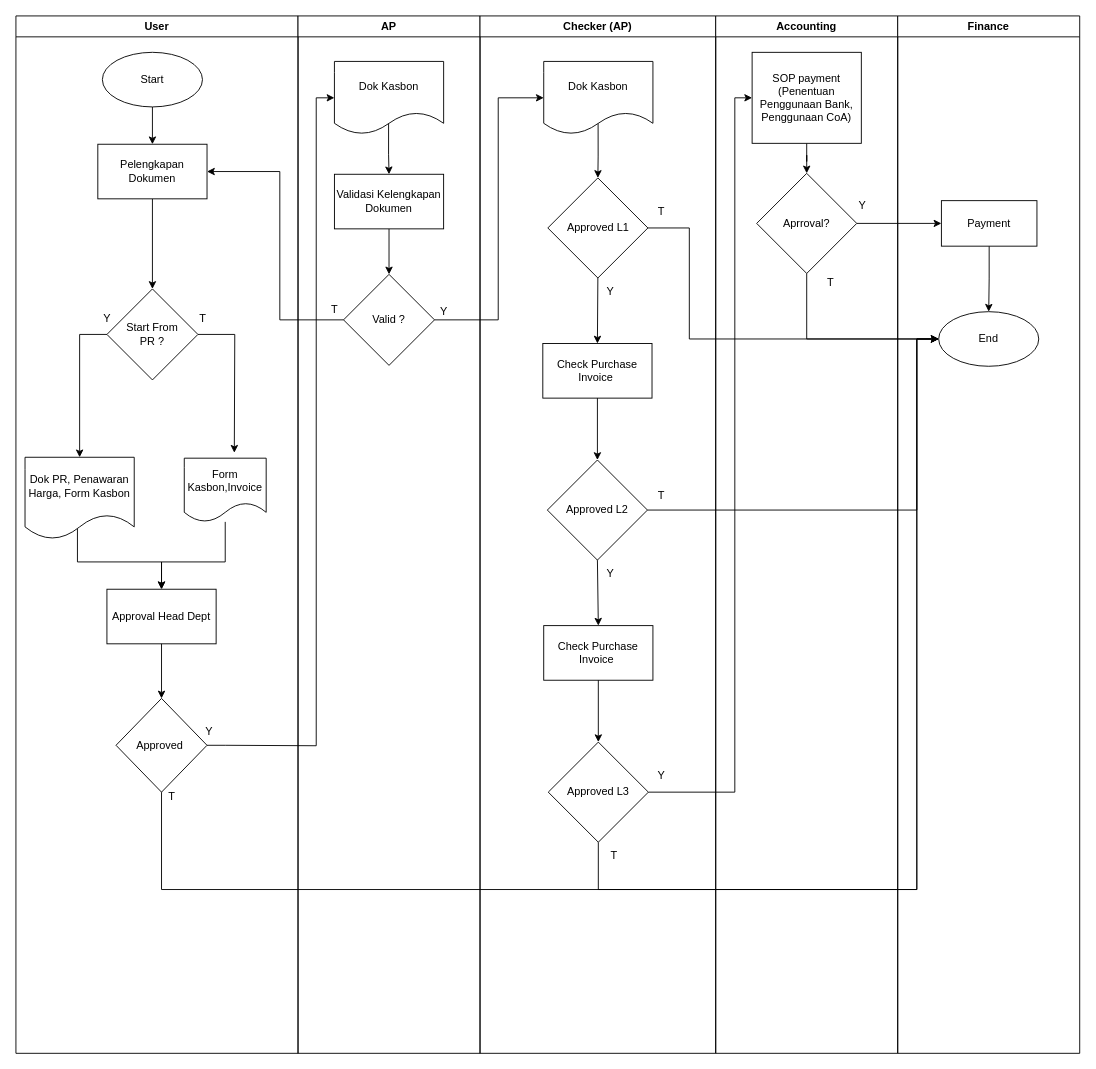
This is page "Copy of SOP AP - Kasbon" (47 of 49) of SOP Aneka.drawio from wilhelmus098/pf, a draw.io file, before an edit. Source tidied: cells renumbered, new cells numbered last; positions are measured from the earlier drawing's top-left corner, leaving out a move shared by most shapes. Both pictures are drawn from the tidied source at 91%, with x=0, y=0 at pixel (15, 15).
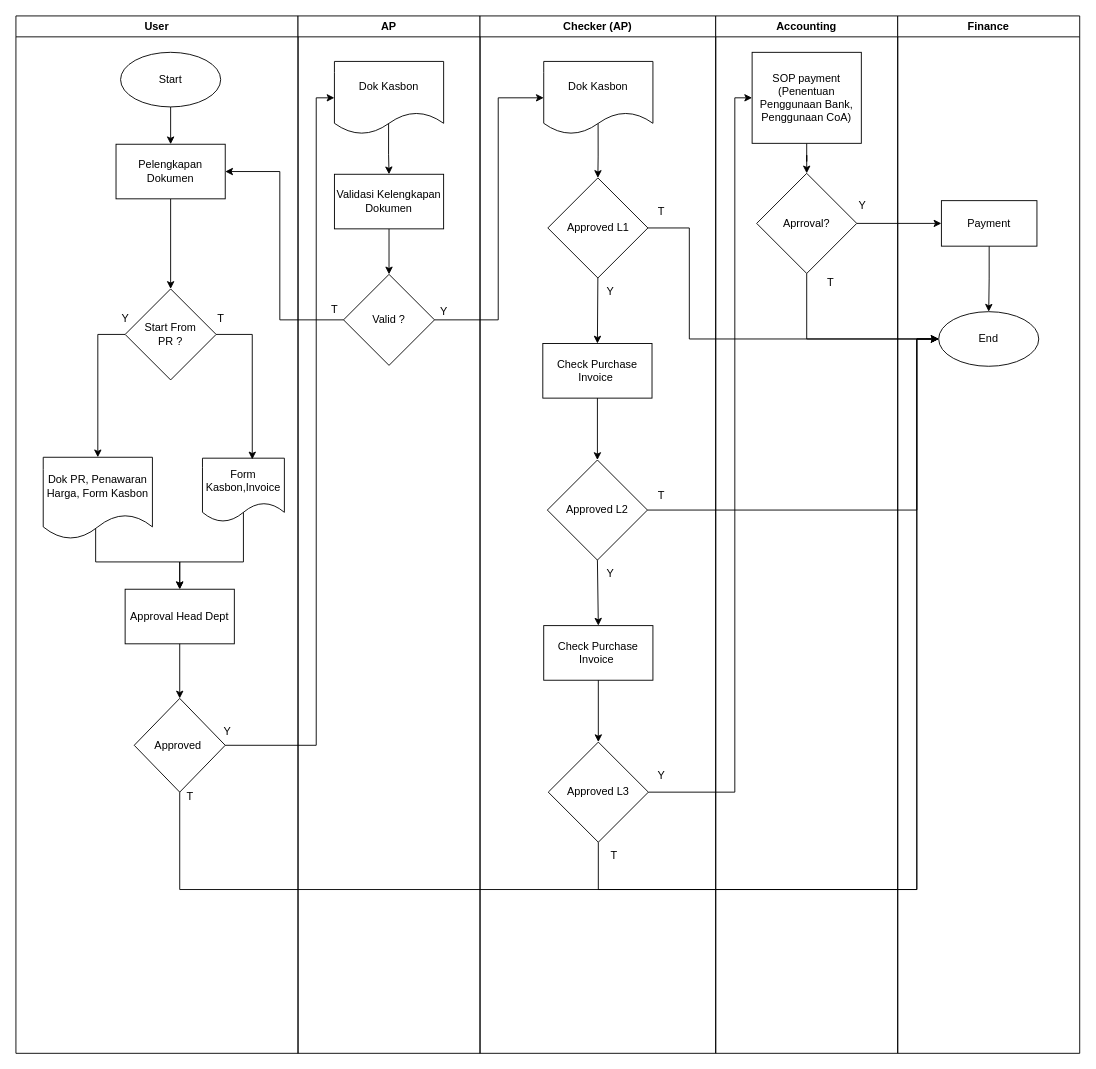
Above is the later version.

Unchanged cells that the change refers to:
```xml
<mxCell id="2" value="User" style="swimlane;whiteSpace=wrap;html=1;" parent="1" vertex="1">
  <mxGeometry width="310" height="1140" as="geometry" />
</mxCell>
<mxCell id="54" value="End" style="ellipse;whiteSpace=wrap;html=1;" parent="51" vertex="1">
  <mxGeometry x="45" y="325" width="110" height="60" as="geometry" />
</mxCell>
```

Diff of the diagram source:
```diff
@@
     <mxCell id="3" value="Approval Head Dept" style="rounded=0;whiteSpace=wrap;html=1;" parent="2" vertex="1">
-      <mxGeometry x="100" y="630" width="120" height="60" as="geometry" />
+      <mxGeometry x="120" y="630" width="120" height="60" as="geometry" />
     </mxCell>
@@
     <mxCell id="5" style="edgeStyle=orthogonalEdgeStyle;rounded=0;jettySize=auto;html=1;entryX=0.5;entryY=0;entryDx=0;entryDy=0;exitX=0.48;exitY=0.872;exitDx=0;exitDy=0;exitPerimeter=0;" parent="2" edge="1" source="6" target="3">
       <mxGeometry relative="1" as="geometry">
         <Array as="points">
-          <mxPoint x="68" y="600" />
-          <mxPoint x="160" y="600" />
+          <mxPoint x="88" y="600" />
+          <mxPoint x="180" y="600" />
         </Array>
       </mxGeometry>
     </mxCell>
     <mxCell id="6" value="Dok PR, Penawaran Harga, Form Kasbon" style="shape=document;whiteSpace=wrap;html=1;boundedLbl=1;" parent="2" vertex="1">
-      <mxGeometry x="10" y="485" width="120" height="90" as="geometry" />
+      <mxGeometry x="30" y="485" width="120" height="90" as="geometry" />
     </mxCell>
@@
     <mxCell id="8" value="Start" style="ellipse;whiteSpace=wrap;html=1;" parent="2" vertex="1">
-      <mxGeometry x="95" y="40" width="110" height="60" as="geometry" />
+      <mxGeometry x="115" y="40" width="110" height="60" as="geometry" />
     </mxCell>
@@
     <mxCell id="10" value="Pelengkapan Dokumen" style="rounded=0;whiteSpace=wrap;html=1;" parent="2" vertex="1">
-      <mxGeometry x="90" y="141" width="120" height="60" as="geometry" />
+      <mxGeometry x="110" y="141" width="120" height="60" as="geometry" />
     </mxCell>
-    <mxCell id="11" style="edgeStyle=orthogonalEdgeStyle;rounded=0;jettySize=auto;html=1;entryX=0.5;entryY=0;entryDx=0;entryDy=0;" parent="2" edge="1" source="12" target="3">
+    <mxCell id="11" style="edgeStyle=orthogonalEdgeStyle;rounded=0;jettySize=auto;html=1;entryX=0.5;entryY=0;entryDx=0;entryDy=0;exitX=0.5;exitY=0.771;exitDx=0;exitDy=0;exitPerimeter=0;" parent="2" edge="1" source="12" target="3">
       <mxGeometry relative="1" as="geometry">
         <Array as="points">
-          <mxPoint x="230" y="600" />
-          <mxPoint x="160" y="600" />
+          <mxPoint x="250" y="600" />
+          <mxPoint x="180" y="600" />
         </Array>
       </mxGeometry>
     </mxCell>
     <mxCell id="12" value="Form Kasbon,Invoice" style="shape=document;whiteSpace=wrap;html=1;boundedLbl=1;" parent="2" vertex="1">
-      <mxGeometry x="185" y="486" width="90" height="70" as="geometry" />
+      <mxGeometry x="205" y="486" width="90" height="70" as="geometry" />
     </mxCell>
-    <mxCell id="13" style="edgeStyle=orthogonalEdgeStyle;rounded=0;jettySize=auto;html=1;" parent="2" edge="1" source="15">
+    <mxCell id="13" style="edgeStyle=orthogonalEdgeStyle;rounded=0;jettySize=auto;html=1;entryX=0.608;entryY=0.019;entryDx=0;entryDy=0;entryPerimeter=0;" parent="2" edge="1" source="15" target="12">
       <mxGeometry relative="1" as="geometry">
-        <mxPoint x="240" y="480" as="targetPoint" />
+        <Array as="points">
+          <mxPoint x="260" y="350" />
+        </Array>
       </mxGeometry>
     </mxCell>
     <mxCell id="14" style="edgeStyle=orthogonalEdgeStyle;rounded=0;jettySize=auto;html=1;entryX=0.5;entryY=0;entryDx=0;entryDy=0;" parent="2" edge="1" source="15" target="6">
       <mxGeometry relative="1" as="geometry">
         <Array as="points">
-          <mxPoint x="70" y="350" />
+          <mxPoint x="90" y="350" />
         </Array>
       </mxGeometry>
     </mxCell>
     <mxCell id="15" value="Start From&lt;br&gt;PR ?" style="rhombus;whiteSpace=wrap;html=1;" parent="2" vertex="1">
-      <mxGeometry x="100" y="300" width="100" height="100" as="geometry" />
+      <mxGeometry x="120" y="300" width="100" height="100" as="geometry" />
     </mxCell>
     <mxCell id="16" value="Approved&amp;nbsp;" style="rhombus;whiteSpace=wrap;html=1;" parent="2" vertex="1">
-      <mxGeometry x="110" y="750" width="100" height="103" as="geometry" />
+      <mxGeometry x="130" y="750" width="100" height="103" as="geometry" />
     </mxCell>
     <mxCell id="17" value="Y" style="text;html=1;align=center;verticalAlign=middle;strokeColor=none;fillColor=none;" parent="2" vertex="1">
-      <mxGeometry x="197" y="772" width="30" height="30" as="geometry" />
+      <mxGeometry x="217" y="772" width="30" height="30" as="geometry" />
     </mxCell>
     <mxCell id="18" value="T" style="text;html=1;align=center;verticalAlign=middle;strokeColor=none;fillColor=none;" parent="2" vertex="1">
-      <mxGeometry x="156" y="843" width="30" height="30" as="geometry" />
+      <mxGeometry x="176" y="843" width="30" height="30" as="geometry" />
     </mxCell>
@@
     <mxCell id="61" style="edgeStyle=orthogonalEdgeStyle;rounded=0;jettySize=auto;html=1;entryX=0;entryY=0.5;entryDx=0;entryDy=0;" parent="1" edge="1" source="16" target="54">
       <mxGeometry relative="1" as="geometry">
         <Array as="points">
-          <mxPoint x="160" y="960" />
+          <mxPoint x="180" y="960" />
           <mxPoint x="990" y="960" />
           <mxPoint x="990" y="355" />
         </Array>
       </mxGeometry>
     </mxCell>
     <mxCell id="62" value="T" style="text;html=1;align=center;verticalAlign=middle;strokeColor=none;fillColor=none;" parent="1" vertex="1">
-      <mxGeometry x="190" y="318" width="30" height="30" as="geometry" />
+      <mxGeometry x="210" y="318" width="30" height="30" as="geometry" />
     </mxCell>
     <mxCell id="63" value="Y" style="text;html=1;align=center;verticalAlign=middle;strokeColor=none;fillColor=none;" parent="1" vertex="1">
-      <mxGeometry x="85" y="318" width="30" height="30" as="geometry" />
+      <mxGeometry x="105" y="318" width="30" height="30" as="geometry" />
     </mxCell>
```
